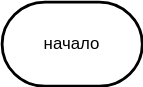
The draw.io diagram Sem_2/Labs/LAB_11_singly/11_singly_class.drawio.svg in ksinph/PSTU_LABS_2023, before a commit. Source tidied: cells renumbered, new cells last; positions are measured from the earlier drawing's top-left corner, leaving out a move shared by most shapes.
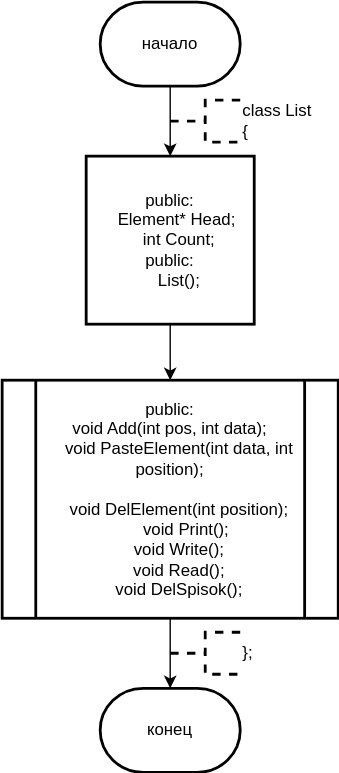
The same diagram one commit later.

Diff of the diagram source:
```diff
@@ -2,8 +2,32 @@
   <root>
     <mxCell id="0" />
     <mxCell id="1" parent="0" />
+    <mxCell id="3" style="edgeStyle=orthogonalEdgeStyle;rounded=0;jettySize=auto;html=1;" parent="1" edge="1" source="2" target="5">
+      <mxGeometry relative="1" as="geometry" />
+    </mxCell>
     <mxCell id="2" value="начало" style="strokeWidth=2;html=1;shape=mxgraph.flowchart.terminator;whiteSpace=wrap;" parent="1" vertex="1">
       <mxGeometry width="100" height="60" as="geometry" />
     </mxCell>
+    <mxCell id="4" style="edgeStyle=orthogonalEdgeStyle;rounded=0;jettySize=auto;html=1;" parent="1" edge="1" source="5" target="6">
+      <mxGeometry relative="1" as="geometry" />
+    </mxCell>
+    <mxCell id="5" value="&lt;div&gt;public:&lt;/div&gt;&lt;div&gt;&amp;nbsp; &amp;nbsp; Element* Head;&lt;span style=&quot;background-color: initial;&quot;&gt;&amp;nbsp;&lt;/span&gt;&lt;/div&gt;&lt;div&gt;&amp;nbsp; &amp;nbsp; int Count;&lt;/div&gt;&lt;div&gt;public:&lt;/div&gt;&lt;div&gt;&amp;nbsp; &amp;nbsp; List();&lt;/div&gt;" style="whiteSpace=wrap;html=1;strokeWidth=2;" parent="1" vertex="1">
+      <mxGeometry x="-10" y="110" width="120" height="120" as="geometry" />
+    </mxCell>
+    <mxCell id="6" value="&lt;div&gt;public:&lt;/div&gt;&lt;div&gt;void Add(int pos, int data);&lt;/div&gt;&lt;div&gt;&amp;nbsp; &amp;nbsp; void PasteElement(int data, int position);&lt;/div&gt;&lt;div&gt;&lt;br&gt;&lt;/div&gt;&lt;div&gt;&amp;nbsp; &amp;nbsp; void DelElement(int position);&lt;/div&gt;&lt;div&gt;&amp;nbsp; &amp;nbsp;&lt;span style=&quot;background-color: initial;&quot;&gt;&amp;nbsp; &amp;nbsp; void Print();&lt;/span&gt;&lt;/div&gt;&lt;div&gt;&amp;nbsp; &amp;nbsp; void Write();&lt;/div&gt;&lt;div&gt;&amp;nbsp; &amp;nbsp; void Read();&lt;/div&gt;&lt;div&gt;&amp;nbsp; &amp;nbsp; void DelSpisok();&lt;/div&gt;" style="shape=process;whiteSpace=wrap;html=1;backgroundOutline=1;strokeWidth=2;" parent="1" vertex="1">
+      <mxGeometry x="-70" y="270" width="240" height="170" as="geometry" />
+    </mxCell>
+    <mxCell id="7" value="конец" style="strokeWidth=2;html=1;shape=mxgraph.flowchart.terminator;whiteSpace=wrap;" parent="1" vertex="1">
+      <mxGeometry y="490" width="100" height="60" as="geometry" />
+    </mxCell>
+    <mxCell id="8" style="edgeStyle=orthogonalEdgeStyle;rounded=0;jettySize=auto;html=1;exitX=0.5;exitY=1;exitDx=0;exitDy=0;entryX=0.5;entryY=0;entryDx=0;entryDy=0;entryPerimeter=0;" parent="1" edge="1" source="6" target="7">
+      <mxGeometry relative="1" as="geometry" />
+    </mxCell>
+    <mxCell id="9" value="};" style="strokeWidth=2;html=1;shape=mxgraph.flowchart.annotation_2;align=left;labelPosition=right;dashed=1;" parent="1" vertex="1">
+      <mxGeometry x="50" y="450" width="50" height="30" as="geometry" />
+    </mxCell>
+    <mxCell id="10" value="&lt;div&gt;class List&lt;/div&gt;&lt;div&gt;{&lt;/div&gt;" style="strokeWidth=2;html=1;shape=mxgraph.flowchart.annotation_2;align=left;labelPosition=right;dashed=1;" parent="1" vertex="1">
+      <mxGeometry x="50" y="70" width="50" height="30" as="geometry" />
+    </mxCell>
   </root>
 </mxGraphModel>
```
